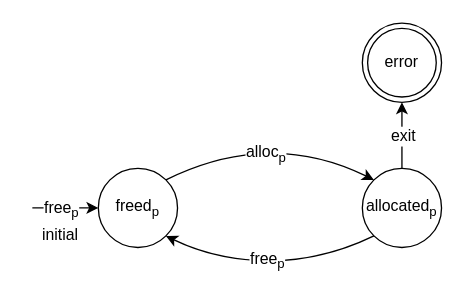
Before: background/figures/memory-leak.drawio in andersfischernielsen/Finding-Resource-Manipulation-Bugs-with-Monitor-Automata-on-the-Example-of-the-Linux-Kernel, a draw.io diagram. Source tidied: cells renumbered, new cells numbered last; positions are measured from the earlier drawing's top-left corner, leaving out a move shared by most shapes. Both pictures are drawn from the tidied source at 132%, with x=0, y=0 at pixel (32, 22).
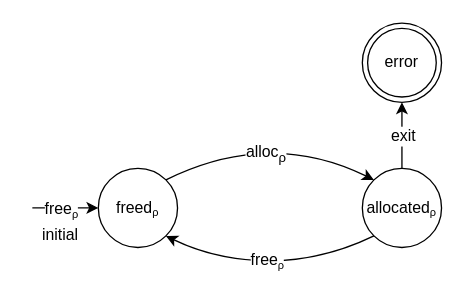
The same page after the edit.

Diff of the diagram source:
```diff
@@
 <mxGraphModel>
   <root>
     <mxCell id="0" />
     <mxCell id="1" parent="0" />
-    <mxCell id="2" value="freed&lt;sub&gt;p&lt;/sub&gt;" style="ellipse;whiteSpace=wrap;html=1;" parent="1" vertex="1">
+    <mxCell id="2" value="freed&lt;span style=&quot;font-size: 10px&quot;&gt;&lt;sub&gt;ρ&lt;/sub&gt;&lt;/span&gt;" style="ellipse;whiteSpace=wrap;html=1;" parent="1" vertex="1">
       <mxGeometry x="50" y="110" width="60" height="60" as="geometry" />
     </mxCell>
     <mxCell id="3" style="endArrow=classic;html=1;entryX=0;entryY=0.5;entryDx=0;entryDy=0;" parent="1" edge="1" target="2">
       <mxGeometry relative="1" as="geometry">
         <mxPoint y="140" as="sourcePoint" />
       </mxGeometry>
     </mxCell>
-    <mxCell id="4" value="free&lt;sub&gt;p&lt;/sub&gt;" style="text;html=1;align=center;verticalAlign=middle;labelBackgroundColor=#ffffff;" parent="3" vertex="1">
+    <mxCell id="4" value="free&lt;span style=&quot;font-size: 10px&quot;&gt;&lt;sub&gt;ρ&lt;/sub&gt;&lt;/span&gt;" style="text;html=1;align=center;verticalAlign=middle;labelBackgroundColor=#ffffff;" parent="3" vertex="1">
       <mxGeometry x="-0.18" relative="1" as="geometry" />
     </mxCell>
     <mxCell id="5" value="initial" style="text;html=1;align=center;verticalAlign=middle;labelBackgroundColor=#ffffff;" parent="3" vertex="1">
       <mxGeometry x="0.58" y="1" relative="1" as="geometry">
         <mxPoint x="-19.5" y="21" as="offset" />
       </mxGeometry>
     </mxCell>
     <mxCell id="6" style="endArrow=classic;html=1;exitX=0.5;exitY=0;exitDx=0;exitDy=0;" parent="1" edge="1" source="8">
       <mxGeometry relative="1" as="geometry">
         <mxPoint x="280" y="60" as="targetPoint" />
       </mxGeometry>
     </mxCell>
     <mxCell id="7" value="exit" style="text;html=1;align=center;verticalAlign=middle;labelBackgroundColor=#ffffff;" parent="6" vertex="1">
       <mxGeometry x="0.48" y="-2" relative="1" as="geometry">
         <mxPoint x="-2" y="12" as="offset" />
       </mxGeometry>
     </mxCell>
-    <mxCell id="8" value="allocated&lt;sub&gt;p&lt;/sub&gt;" style="ellipse;whiteSpace=wrap;html=1;" parent="1" vertex="1">
+    <mxCell id="8" value="allocated&lt;span style=&quot;font-size: 10px&quot;&gt;&lt;sub&gt;ρ&lt;/sub&gt;&lt;/span&gt;" style="ellipse;whiteSpace=wrap;html=1;" parent="1" vertex="1">
       <mxGeometry x="250" y="110" width="60" height="60" as="geometry" />
     </mxCell>
     <mxCell id="9" style="curved=1;endArrow=classic;html=1;exitX=1;exitY=0;exitDx=0;exitDy=0;entryX=0;entryY=0;entryDx=0;entryDy=0;" parent="1" edge="1" source="2" target="8">
       <mxGeometry relative="1" as="geometry">
         <Array as="points">
           <mxPoint x="180" y="80" />
         </Array>
       </mxGeometry>
     </mxCell>
-    <mxCell id="10" value="&lt;div&gt;alloc&lt;sub&gt;p&lt;/sub&gt;&lt;/div&gt;" style="text;html=1;align=center;verticalAlign=middle;labelBackgroundColor=#ffffff;" parent="9" vertex="1">
+    <mxCell id="10" value="&lt;div&gt;alloc&lt;sub&gt;ρ&lt;/sub&gt;&lt;/div&gt;" style="text;html=1;align=center;verticalAlign=middle;labelBackgroundColor=#ffffff;" parent="9" vertex="1">
       <mxGeometry x="-0.14" y="-15" relative="1" as="geometry" />
     </mxCell>
     <mxCell id="11" style="curved=1;endArrow=classic;html=1;entryX=1;entryY=1;entryDx=0;entryDy=0;exitX=0;exitY=1;exitDx=0;exitDy=0;" parent="1" edge="1" source="8" target="2">
       <mxGeometry relative="1" as="geometry">
         <Array as="points">
           <mxPoint x="220" y="180" />
           <mxPoint x="140" y="180" />
         </Array>
       </mxGeometry>
     </mxCell>
-    <mxCell id="12" value="free&lt;sub&gt;p&lt;/sub&gt;" style="text;html=1;align=center;verticalAlign=middle;labelBackgroundColor=#ffffff;" parent="11" vertex="1">
+    <mxCell id="12" value="free&lt;span style=&quot;font-size: 10px&quot;&gt;&lt;sub&gt;ρ&lt;/sub&gt;&lt;/span&gt;" style="text;html=1;align=center;verticalAlign=middle;labelBackgroundColor=#ffffff;" parent="11" vertex="1">
       <mxGeometry x="0.04" y="-1" relative="1" as="geometry" />
     </mxCell>
     <mxCell id="13" value="error" style="ellipse;shape=doubleEllipse;whiteSpace=wrap;html=1;" parent="1" vertex="1">
       <mxGeometry x="250" width="60" height="60" as="geometry" />
     </mxCell>
   </root>
 </mxGraphModel>
```
